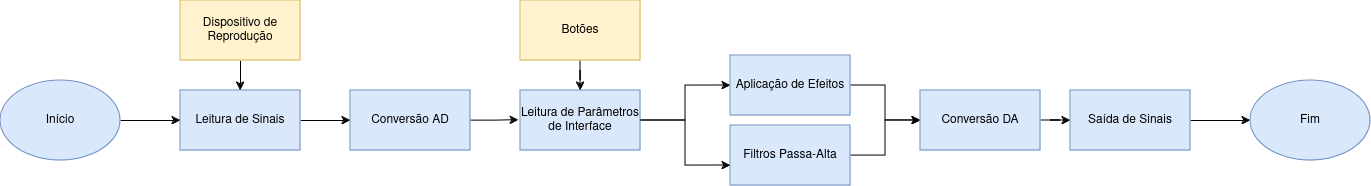
This is graphs/diagrama_subpartes.drawio.png from joselitopradomarques/tcc, a draw.io export, as it was before one commit. Source tidied: cells renumbered, new cells last; positions are measured from the earlier drawing's top-left corner, leaving out a move shared by most shapes. Source of this version:
```xml
<mxGraphModel>
  <root>
    <mxCell id="0" />
    <mxCell id="1" parent="0" />
    <mxCell id="2" style="edgeStyle=orthogonalEdgeStyle;rounded=0;jettySize=auto;html=1;" parent="1" edge="1" source="3" target="5">
      <mxGeometry relative="1" as="geometry" />
    </mxCell>
    <mxCell id="3" value="Leitura de Sinais" style="rounded=0;whiteSpace=wrap;html=1;fillColor=#dae8fc;strokeColor=#6c8ebf;" parent="1" vertex="1">
      <mxGeometry x="180" y="90" width="120" height="60" as="geometry" />
    </mxCell>
    <mxCell id="4" style="edgeStyle=orthogonalEdgeStyle;rounded=0;jettySize=auto;html=1;entryX=-0.015;entryY=0.492;entryDx=0;entryDy=0;entryPerimeter=0;" parent="1" edge="1" source="5" target="7">
      <mxGeometry relative="1" as="geometry" />
    </mxCell>
    <mxCell id="5" value="Conversão AD" style="rounded=0;whiteSpace=wrap;html=1;fillColor=#dae8fc;strokeColor=#6c8ebf;" parent="1" vertex="1">
      <mxGeometry x="350" y="90" width="120" height="60" as="geometry" />
    </mxCell>
    <mxCell id="6" style="edgeStyle=orthogonalEdgeStyle;rounded=0;jettySize=auto;html=1;entryX=0;entryY=0.5;entryDx=0;entryDy=0;" parent="1" edge="1" source="7" target="11">
      <mxGeometry relative="1" as="geometry" />
    </mxCell>
    <mxCell id="7" value="Leitura de Parâmetros de Interface" style="rounded=0;whiteSpace=wrap;html=1;fillColor=#dae8fc;strokeColor=#6c8ebf;" parent="1" vertex="1">
      <mxGeometry x="520" y="90" width="120" height="60" as="geometry" />
    </mxCell>
    <mxCell id="8" style="edgeStyle=orthogonalEdgeStyle;rounded=0;jettySize=auto;html=1;entryX=0;entryY=0.5;entryDx=0;entryDy=0;" parent="1" edge="1" source="9" target="13">
      <mxGeometry relative="1" as="geometry" />
    </mxCell>
    <mxCell id="9" value="Filtros Passa-Alta" style="rounded=0;whiteSpace=wrap;html=1;fillColor=#dae8fc;strokeColor=#6c8ebf;" parent="1" vertex="1">
      <mxGeometry x="730" y="125" width="120" height="60" as="geometry" />
    </mxCell>
    <mxCell id="10" style="edgeStyle=orthogonalEdgeStyle;rounded=0;jettySize=auto;html=1;entryX=0;entryY=0.5;entryDx=0;entryDy=0;" parent="1" edge="1" source="11" target="13">
      <mxGeometry relative="1" as="geometry" />
    </mxCell>
    <mxCell id="11" value="Aplicação de Efeitos" style="rounded=0;whiteSpace=wrap;html=1;fillColor=#dae8fc;strokeColor=#6c8ebf;" parent="1" vertex="1">
      <mxGeometry x="730" y="55" width="120" height="60" as="geometry" />
    </mxCell>
    <mxCell id="12" style="edgeStyle=orthogonalEdgeStyle;rounded=0;jettySize=auto;html=1;entryX=0;entryY=0.5;entryDx=0;entryDy=0;" parent="1" edge="1" source="13" target="15">
      <mxGeometry relative="1" as="geometry" />
    </mxCell>
    <mxCell id="13" value="Conversão DA" style="rounded=0;whiteSpace=wrap;html=1;fillColor=#dae8fc;strokeColor=#6c8ebf;" parent="1" vertex="1">
      <mxGeometry x="920" y="90" width="120" height="60" as="geometry" />
    </mxCell>
    <mxCell id="14" style="edgeStyle=orthogonalEdgeStyle;rounded=0;jettySize=auto;html=1;exitX=1;exitY=0.5;exitDx=0;exitDy=0;entryX=0;entryY=0.5;entryDx=0;entryDy=0;" parent="1" edge="1" source="15" target="23">
      <mxGeometry relative="1" as="geometry" />
    </mxCell>
    <mxCell id="15" value="Saída de Sinais" style="rounded=0;whiteSpace=wrap;html=1;fillColor=#dae8fc;strokeColor=#6c8ebf;" parent="1" vertex="1">
      <mxGeometry x="1070" y="90" width="120" height="60" as="geometry" />
    </mxCell>
    <mxCell id="16" style="edgeStyle=orthogonalEdgeStyle;rounded=0;jettySize=auto;html=1;exitX=0.5;exitY=1;exitDx=0;exitDy=0;" parent="1" edge="1" source="17" target="7">
      <mxGeometry relative="1" as="geometry" />
    </mxCell>
    <mxCell id="17" value="Botões" style="rounded=0;whiteSpace=wrap;html=1;fillColor=#fff2cc;strokeColor=#d6b656;" parent="1" vertex="1">
      <mxGeometry x="520" width="120" height="60" as="geometry" />
    </mxCell>
    <mxCell id="18" style="edgeStyle=orthogonalEdgeStyle;rounded=0;jettySize=auto;html=1;exitX=0.5;exitY=1;exitDx=0;exitDy=0;entryX=0.5;entryY=0;entryDx=0;entryDy=0;" parent="1" edge="1" source="19" target="3">
      <mxGeometry relative="1" as="geometry" />
    </mxCell>
    <mxCell id="19" value="Dispositivo de Reprodução" style="rounded=0;whiteSpace=wrap;html=1;fillColor=#fff2cc;strokeColor=#d6b656;" parent="1" vertex="1">
      <mxGeometry x="180" width="120" height="60" as="geometry" />
    </mxCell>
    <mxCell id="20" style="edgeStyle=orthogonalEdgeStyle;rounded=0;jettySize=auto;html=1;entryX=0;entryY=0.667;entryDx=0;entryDy=0;entryPerimeter=0;" parent="1" edge="1" source="7" target="9">
      <mxGeometry relative="1" as="geometry" />
    </mxCell>
    <mxCell id="21" style="edgeStyle=orthogonalEdgeStyle;rounded=0;jettySize=auto;html=1;entryX=0;entryY=0.5;entryDx=0;entryDy=0;" parent="1" edge="1" source="22" target="3">
      <mxGeometry relative="1" as="geometry" />
    </mxCell>
    <mxCell id="22" value="Início" style="ellipse;whiteSpace=wrap;html=1;fillColor=#dae8fc;strokeColor=#6c8ebf;" parent="1" vertex="1">
      <mxGeometry y="80" width="120" height="80" as="geometry" />
    </mxCell>
    <mxCell id="23" value="Fim" style="ellipse;whiteSpace=wrap;html=1;fillColor=#dae8fc;strokeColor=#6c8ebf;" parent="1" vertex="1">
      <mxGeometry x="1250" y="80" width="120" height="80" as="geometry" />
    </mxCell>
  </root>
</mxGraphModel>
```
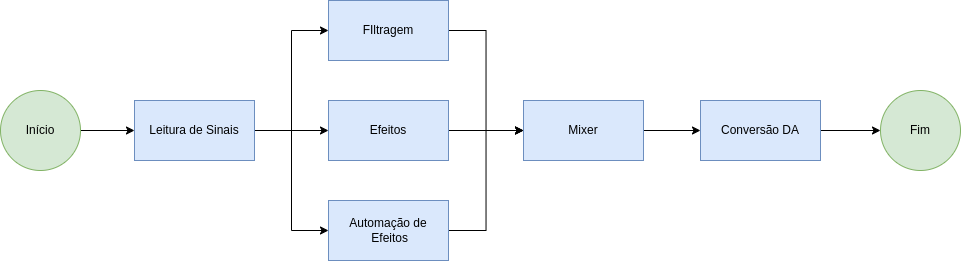
Above is the later version.

Diff of the diagram source:
```diff
@@ -2,71 +2,56 @@
   <root>
     <mxCell id="0" />
     <mxCell id="1" parent="0" />
-    <mxCell id="2" style="edgeStyle=orthogonalEdgeStyle;rounded=0;jettySize=auto;html=1;" parent="1" edge="1" source="3" target="5">
-      <mxGeometry relative="1" as="geometry" />
-    </mxCell>
+    <mxCell id="24" style="edgeStyle=none;html=1;entryX=0;entryY=0.5;entryDx=0;entryDy=0;" parent="1" edge="1" source="3" target="28">
+      <mxGeometry relative="1" as="geometry" />
+    </mxCell>
+    <mxCell id="25" style="edgeStyle=orthogonalEdgeStyle;html=1;entryX=0;entryY=0.5;entryDx=0;entryDy=0;rounded=0;" parent="1" edge="1" source="3" target="30">
+      <mxGeometry relative="1" as="geometry" />
+    </mxCell>
+    <mxCell id="26" style="edgeStyle=orthogonalEdgeStyle;rounded=0;html=1;entryX=0;entryY=0.5;entryDx=0;entryDy=0;" parent="1" edge="1" source="3" target="32">
+      <mxGeometry relative="1" as="geometry" />
+    </mxCell>
     <mxCell id="3" value="Leitura de Sinais" style="rounded=0;whiteSpace=wrap;html=1;fillColor=#dae8fc;strokeColor=#6c8ebf;" parent="1" vertex="1">
-      <mxGeometry x="180" y="90" width="120" height="60" as="geometry" />
+      <mxGeometry x="254" y="410" width="120" height="60" as="geometry" />
     </mxCell>
-    <mxCell id="4" style="edgeStyle=orthogonalEdgeStyle;rounded=0;jettySize=auto;html=1;entryX=-0.015;entryY=0.492;entryDx=0;entryDy=0;entryPerimeter=0;" parent="1" edge="1" source="5" target="7">
-      <mxGeometry relative="1" as="geometry" />
-    </mxCell>
-    <mxCell id="5" value="Conversão AD" style="rounded=0;whiteSpace=wrap;html=1;fillColor=#dae8fc;strokeColor=#6c8ebf;" parent="1" vertex="1">
-      <mxGeometry x="350" y="90" width="120" height="60" as="geometry" />
-    </mxCell>
-    <mxCell id="6" style="edgeStyle=orthogonalEdgeStyle;rounded=0;jettySize=auto;html=1;entryX=0;entryY=0.5;entryDx=0;entryDy=0;" parent="1" edge="1" source="7" target="11">
-      <mxGeometry relative="1" as="geometry" />
-    </mxCell>
-    <mxCell id="7" value="Leitura de Parâmetros de Interface" style="rounded=0;whiteSpace=wrap;html=1;fillColor=#dae8fc;strokeColor=#6c8ebf;" parent="1" vertex="1">
-      <mxGeometry x="520" y="90" width="120" height="60" as="geometry" />
-    </mxCell>
-    <mxCell id="8" style="edgeStyle=orthogonalEdgeStyle;rounded=0;jettySize=auto;html=1;entryX=0;entryY=0.5;entryDx=0;entryDy=0;" parent="1" edge="1" source="9" target="13">
-      <mxGeometry relative="1" as="geometry" />
-    </mxCell>
-    <mxCell id="9" value="Filtros Passa-Alta" style="rounded=0;whiteSpace=wrap;html=1;fillColor=#dae8fc;strokeColor=#6c8ebf;" parent="1" vertex="1">
-      <mxGeometry x="730" y="125" width="120" height="60" as="geometry" />
-    </mxCell>
-    <mxCell id="10" style="edgeStyle=orthogonalEdgeStyle;rounded=0;jettySize=auto;html=1;entryX=0;entryY=0.5;entryDx=0;entryDy=0;" parent="1" edge="1" source="11" target="13">
-      <mxGeometry relative="1" as="geometry" />
-    </mxCell>
-    <mxCell id="11" value="Aplicação de Efeitos" style="rounded=0;whiteSpace=wrap;html=1;fillColor=#dae8fc;strokeColor=#6c8ebf;" parent="1" vertex="1">
-      <mxGeometry x="730" y="55" width="120" height="60" as="geometry" />
-    </mxCell>
-    <mxCell id="12" style="edgeStyle=orthogonalEdgeStyle;rounded=0;jettySize=auto;html=1;entryX=0;entryY=0.5;entryDx=0;entryDy=0;" parent="1" edge="1" source="13" target="15">
-      <mxGeometry relative="1" as="geometry" />
-    </mxCell>
+    <mxCell id="27" style="edgeStyle=none;html=1;entryX=0;entryY=0.5;entryDx=0;entryDy=0;" parent="1" edge="1" source="28" target="34">
+      <mxGeometry relative="1" as="geometry" />
+    </mxCell>
+    <mxCell id="28" value="Efeitos" style="rounded=0;whiteSpace=wrap;html=1;fillColor=#dae8fc;strokeColor=#6c8ebf;" parent="1" vertex="1">
+      <mxGeometry x="448" y="410" width="120" height="60" as="geometry" />
+    </mxCell>
+    <mxCell id="29" style="edgeStyle=orthogonalEdgeStyle;rounded=0;html=1;entryX=0;entryY=0.5;entryDx=0;entryDy=0;" parent="1" edge="1" source="30" target="34">
+      <mxGeometry relative="1" as="geometry" />
+    </mxCell>
+    <mxCell id="30" value="Automação de&lt;br&gt;&amp;nbsp;Efeitos" style="rounded=0;whiteSpace=wrap;html=1;fillColor=#dae8fc;strokeColor=#6c8ebf;" parent="1" vertex="1">
+      <mxGeometry x="448" y="510" width="120" height="60" as="geometry" />
+    </mxCell>
+    <mxCell id="31" style="edgeStyle=orthogonalEdgeStyle;rounded=0;html=1;entryX=0;entryY=0.5;entryDx=0;entryDy=0;" parent="1" edge="1" source="32" target="34">
+      <mxGeometry relative="1" as="geometry" />
+    </mxCell>
+    <mxCell id="32" value="FIltragem" style="rounded=0;whiteSpace=wrap;html=1;fillColor=#dae8fc;strokeColor=#6c8ebf;" parent="1" vertex="1">
+      <mxGeometry x="448" y="310" width="120" height="60" as="geometry" />
+    </mxCell>
+    <mxCell id="33" style="edgeStyle=none;html=1;entryX=0;entryY=0.5;entryDx=0;entryDy=0;" parent="1" edge="1" source="34" target="13">
+      <mxGeometry relative="1" as="geometry" />
+    </mxCell>
+    <mxCell id="34" value="Mixer" style="rounded=0;whiteSpace=wrap;html=1;fillColor=#dae8fc;strokeColor=#6c8ebf;" parent="1" vertex="1">
+      <mxGeometry x="643" y="410" width="120" height="60" as="geometry" />
+    </mxCell>
+    <mxCell id="35" style="edgeStyle=none;html=1;entryX=0;entryY=0.5;entryDx=0;entryDy=0;" parent="1" edge="1" source="13" target="23">
+      <mxGeometry relative="1" as="geometry" />
+    </mxCell>
     <mxCell id="13" value="Conversão DA" style="rounded=0;whiteSpace=wrap;html=1;fillColor=#dae8fc;strokeColor=#6c8ebf;" parent="1" vertex="1">
-      <mxGeometry x="920" y="90" width="120" height="60" as="geometry" />
+      <mxGeometry x="820" y="410" width="120" height="60" as="geometry" />
     </mxCell>
-    <mxCell id="14" style="edgeStyle=orthogonalEdgeStyle;rounded=0;jettySize=auto;html=1;exitX=1;exitY=0.5;exitDx=0;exitDy=0;entryX=0;entryY=0.5;entryDx=0;entryDy=0;" parent="1" edge="1" source="15" target="23">
-      <mxGeometry relative="1" as="geometry" />
-    </mxCell>
-    <mxCell id="15" value="Saída de Sinais" style="rounded=0;whiteSpace=wrap;html=1;fillColor=#dae8fc;strokeColor=#6c8ebf;" parent="1" vertex="1">
-      <mxGeometry x="1070" y="90" width="120" height="60" as="geometry" />
-    </mxCell>
-    <mxCell id="16" style="edgeStyle=orthogonalEdgeStyle;rounded=0;jettySize=auto;html=1;exitX=0.5;exitY=1;exitDx=0;exitDy=0;" parent="1" edge="1" source="17" target="7">
-      <mxGeometry relative="1" as="geometry" />
-    </mxCell>
-    <mxCell id="17" value="Botões" style="rounded=0;whiteSpace=wrap;html=1;fillColor=#fff2cc;strokeColor=#d6b656;" parent="1" vertex="1">
-      <mxGeometry x="520" width="120" height="60" as="geometry" />
-    </mxCell>
-    <mxCell id="18" style="edgeStyle=orthogonalEdgeStyle;rounded=0;jettySize=auto;html=1;exitX=0.5;exitY=1;exitDx=0;exitDy=0;entryX=0.5;entryY=0;entryDx=0;entryDy=0;" parent="1" edge="1" source="19" target="3">
-      <mxGeometry relative="1" as="geometry" />
-    </mxCell>
-    <mxCell id="19" value="Dispositivo de Reprodução" style="rounded=0;whiteSpace=wrap;html=1;fillColor=#fff2cc;strokeColor=#d6b656;" parent="1" vertex="1">
-      <mxGeometry x="180" width="120" height="60" as="geometry" />
-    </mxCell>
-    <mxCell id="20" style="edgeStyle=orthogonalEdgeStyle;rounded=0;jettySize=auto;html=1;entryX=0;entryY=0.667;entryDx=0;entryDy=0;entryPerimeter=0;" parent="1" edge="1" source="7" target="9">
-      <mxGeometry relative="1" as="geometry" />
-    </mxCell>
-    <mxCell id="21" style="edgeStyle=orthogonalEdgeStyle;rounded=0;jettySize=auto;html=1;entryX=0;entryY=0.5;entryDx=0;entryDy=0;" parent="1" edge="1" source="22" target="3">
+    <mxCell id="21" style="edgeStyle=none;html=1;" parent="1" edge="1" source="22" target="3">
       <mxGeometry relative="1" as="geometry" />
     </mxCell>
-    <mxCell id="22" value="Início" style="ellipse;whiteSpace=wrap;html=1;fillColor=#dae8fc;strokeColor=#6c8ebf;" parent="1" vertex="1">
-      <mxGeometry y="80" width="120" height="80" as="geometry" />
+    <mxCell id="22" value="Início" style="ellipse;whiteSpace=wrap;html=1;fillColor=#d5e8d4;strokeColor=#82b366;" parent="1" vertex="1">
+      <mxGeometry x="120" y="400" width="80" height="80" as="geometry" />
     </mxCell>
-    <mxCell id="23" value="Fim" style="ellipse;whiteSpace=wrap;html=1;fillColor=#dae8fc;strokeColor=#6c8ebf;" parent="1" vertex="1">
-      <mxGeometry x="1250" y="80" width="120" height="80" as="geometry" />
+    <mxCell id="23" value="Fim" style="ellipse;whiteSpace=wrap;html=1;fillColor=#d5e8d4;strokeColor=#82b366;" parent="1" vertex="1">
+      <mxGeometry x="1000" y="400" width="80" height="80" as="geometry" />
     </mxCell>
   </root>
 </mxGraphModel>
```
